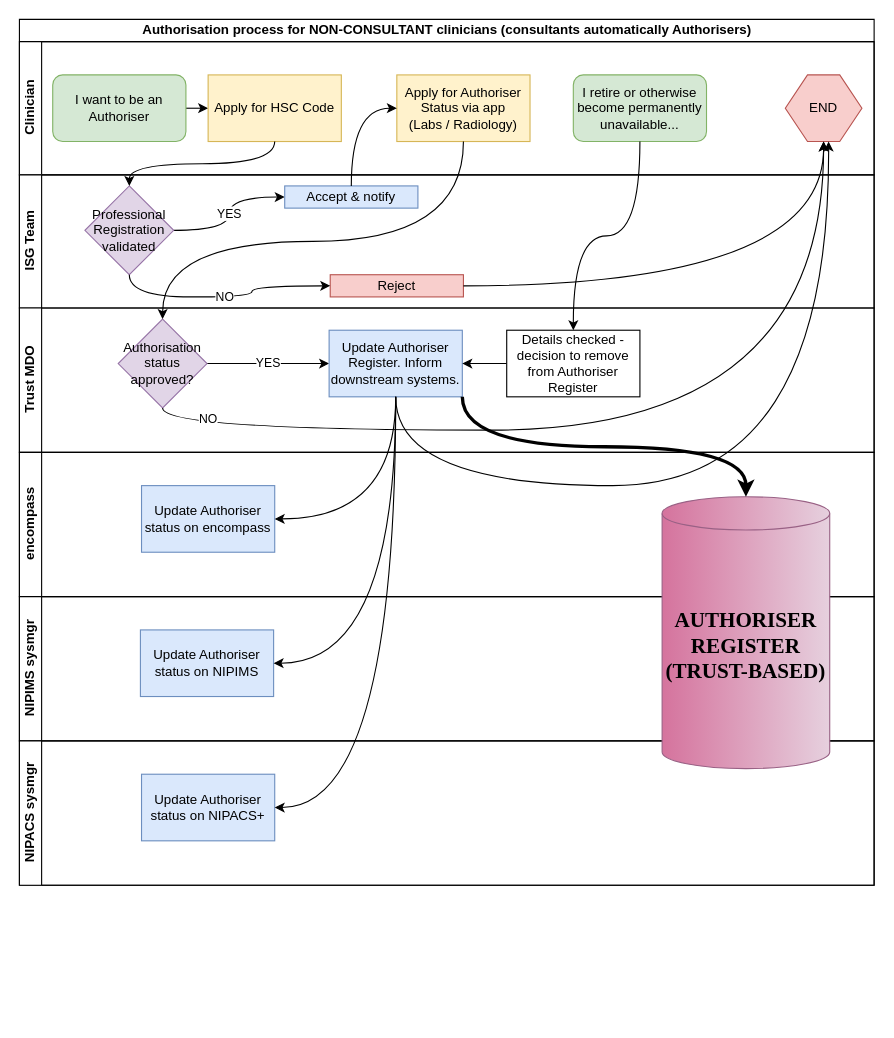
This is authoriser.drawio from mckeebase/.github, a draw.io file, before an edit. Source tidied: cells renumbered, new cells numbered last; positions are measured from the earlier drawing's top-left corner, leaving out a move shared by most shapes. Both pictures are drawn from the tidied source at 111%, with x=0, y=0 at pixel (19, 19).
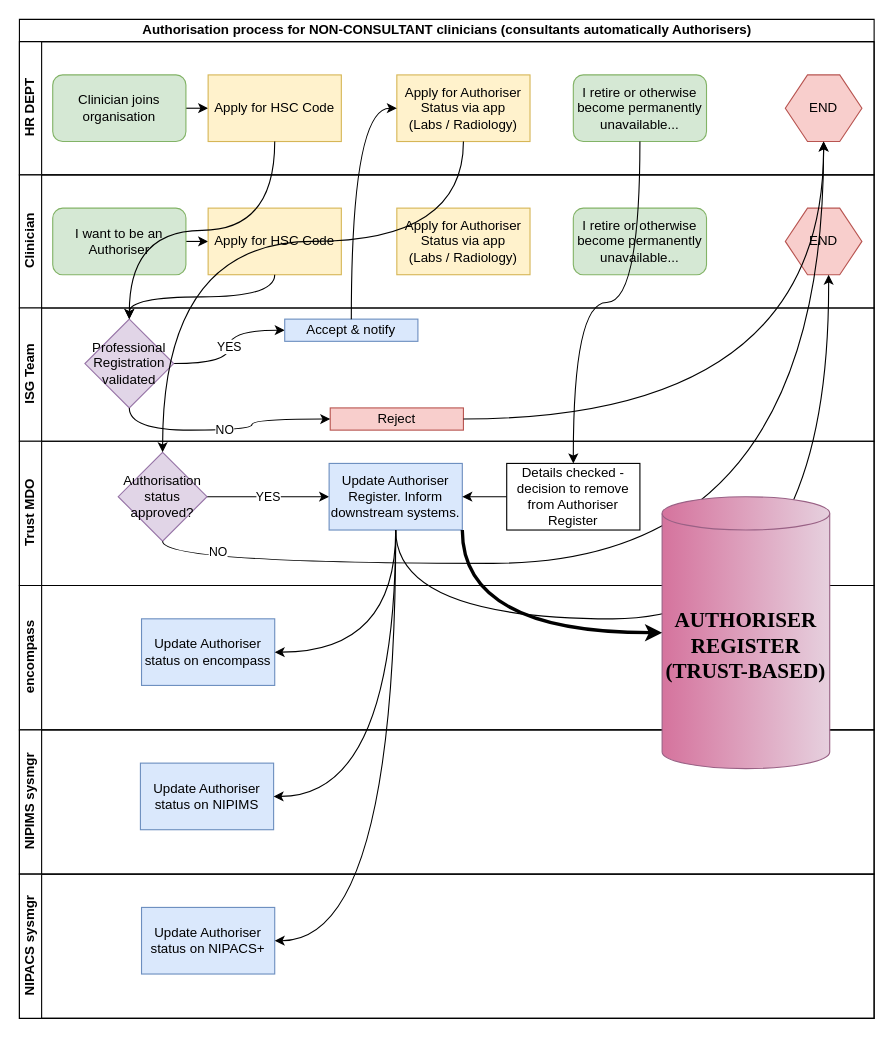
The same page after the edit.

Unchanged cells that the change refers to:
```xml
<mxCell id="12" value="Professional Registration validated" style="rhombus;whiteSpace=wrap;html=1;fillColor=#e1d5e7;strokeColor=#9673a6;" parent="10" vertex="1">
  <mxGeometry x="59" y="10" width="80" height="80" as="geometry" />
</mxCell>
```

Diff of the diagram source:
```diff
@@
     <mxCell id="2" value="Authorisation process for NON-CONSULTANT clinicians (consultants automatically Authorisers)" style="swimlane;horizontal=1;startSize=20;html=1;" parent="1" vertex="1">
-      <mxGeometry width="770" height="780" as="geometry" />
+      <mxGeometry width="770" height="900" as="geometry" />
     </mxCell>
-    <mxCell id="3" value="Clinician" style="swimlane;startSize=20;horizontal=0;html=1;" parent="2" vertex="1">
+    <mxCell id="3" value="HR DEPT" style="swimlane;startSize=20;horizontal=0;html=1;" parent="2" vertex="1">
       <mxGeometry y="20" width="770" height="120" as="geometry" />
     </mxCell>
@@
-    <mxCell id="5" value="I want to be an Authoriser" style="rounded=1;whiteSpace=wrap;html=1;fillColor=#d5e8d4;strokeColor=#82b366;" parent="3" vertex="1">
+    <mxCell id="5" value="Clinician joins organisation" style="rounded=1;whiteSpace=wrap;html=1;fillColor=#d5e8d4;strokeColor=#82b366;" parent="3" vertex="1">
       <mxGeometry x="30" y="30" width="120" height="60" as="geometry" />
     </mxCell>
@@
+    <mxCell id="40" value="Clinician" style="swimlane;startSize=20;horizontal=0;html=1;" parent="2" vertex="1">
+      <mxGeometry y="140" width="770" height="120" as="geometry" />
+    </mxCell>
+    <mxCell id="41" style="edgeStyle=orthogonalEdgeStyle;rounded=0;jettySize=auto;html=1;exitX=1;exitY=0.5;exitDx=0;exitDy=0;entryX=0;entryY=0.5;entryDx=0;entryDy=0;" parent="40" edge="1" source="42" target="43">
+      <mxGeometry relative="1" as="geometry" />
+    </mxCell>
+    <mxCell id="42" value="I want to be an Authoriser" style="rounded=1;whiteSpace=wrap;html=1;fillColor=#d5e8d4;strokeColor=#82b366;" parent="40" vertex="1">
+      <mxGeometry x="30" y="30" width="120" height="60" as="geometry" />
+    </mxCell>
+    <mxCell id="43" value="Apply for HSC Code" style="rounded=0;whiteSpace=wrap;html=1;fillColor=#fff2cc;strokeColor=#d6b656;" parent="40" vertex="1">
+      <mxGeometry x="170" y="30" width="120" height="60" as="geometry" />
+    </mxCell>
+    <mxCell id="44" value="Apply for Authoriser Status via app&lt;div&gt;(Labs / Radiology)&lt;/div&gt;" style="rounded=0;whiteSpace=wrap;html=1;fillColor=#fff2cc;strokeColor=#d6b656;" parent="40" vertex="1">
+      <mxGeometry x="340" y="30" width="120" height="60" as="geometry" />
+    </mxCell>
+    <mxCell id="45" value="END" style="shape=hexagon;perimeter=hexagonPerimeter2;whiteSpace=wrap;html=1;fixedSize=1;fillColor=#f8cecc;strokeColor=#b85450;" parent="40" vertex="1">
+      <mxGeometry x="690" y="30" width="69" height="60" as="geometry" />
+    </mxCell>
+    <mxCell id="46" value="I retire or otherwise become permanently unavailable..." style="rounded=1;whiteSpace=wrap;html=1;fillColor=#d5e8d4;strokeColor=#82b366;" parent="40" vertex="1">
+      <mxGeometry x="499" y="30" width="120" height="60" as="geometry" />
+    </mxCell>
     <mxCell id="10" value="ISG Team" style="swimlane;startSize=20;horizontal=0;html=1;" parent="2" vertex="1">
-      <mxGeometry y="140" width="770" height="120" as="geometry" />
+      <mxGeometry y="260" width="770" height="120" as="geometry" />
     </mxCell>
@@
     <mxCell id="16" value="Trust MDO" style="swimlane;startSize=20;horizontal=0;html=1;" parent="2" vertex="1">
-      <mxGeometry y="260" width="770" height="130" as="geometry" />
+      <mxGeometry y="380" width="770" height="130" as="geometry" />
     </mxCell>
@@
     <mxCell id="23" value="encompass" style="swimlane;startSize=20;horizontal=0;html=1;" parent="2" vertex="1">
-      <mxGeometry y="390" width="770" height="130" as="geometry" />
+      <mxGeometry y="510" width="770" height="130" as="geometry" />
     </mxCell>
@@
     <mxCell id="25" value="NIPIMS sysmgr" style="swimlane;startSize=20;horizontal=0;html=1;" parent="2" vertex="1">
-      <mxGeometry y="520" width="770" height="130" as="geometry" />
+      <mxGeometry y="640" width="770" height="130" as="geometry" />
     </mxCell>
@@
     <mxCell id="27" value="NIPACS sysmgr" style="swimlane;startSize=20;horizontal=0;html=1;" parent="2" vertex="1">
-      <mxGeometry y="650" width="770" height="130" as="geometry" />
+      <mxGeometry y="770" width="770" height="130" as="geometry" />
     </mxCell>
@@
+    <mxCell id="47" style="edgeStyle=orthogonalEdgeStyle;rounded=0;jettySize=auto;html=1;exitX=0.5;exitY=1;exitDx=0;exitDy=0;curved=1;" parent="2" edge="1" source="43" target="12">
+      <mxGeometry relative="1" as="geometry" />
+    </mxCell>
```
